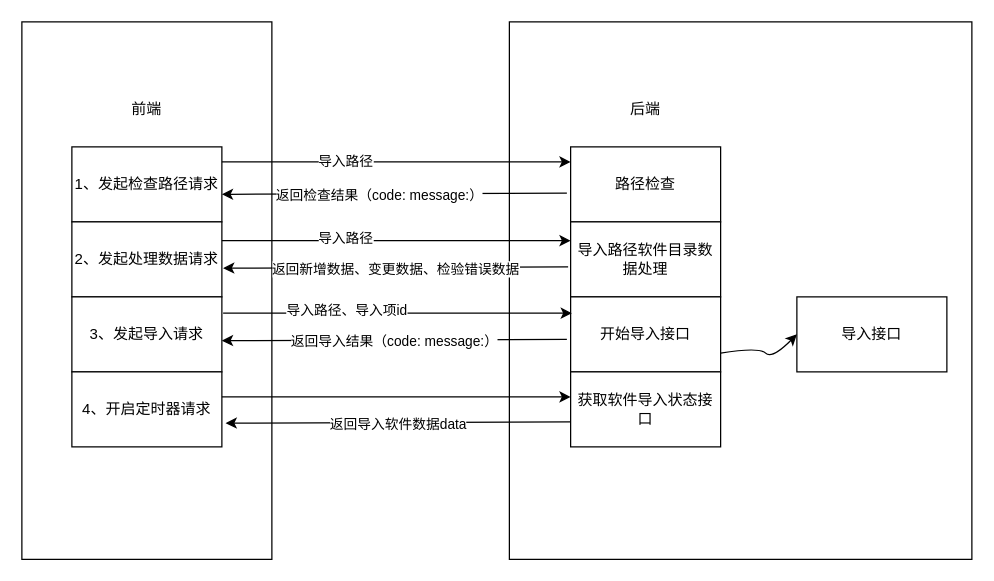
wenreshui/table keeps this draw.io diagram as page "Page-1" (1 of 2) of ipg-20692/Untitled Diagram.drawio. Above is the earlier version. Source tidied: cells renumbered, new cells numbered last; positions are measured from the earlier drawing's top-left corner, leaving out a move shared by most shapes. Both pictures are drawn from the tidied source at 125%, with x=0, y=0 at pixel (21, 21).
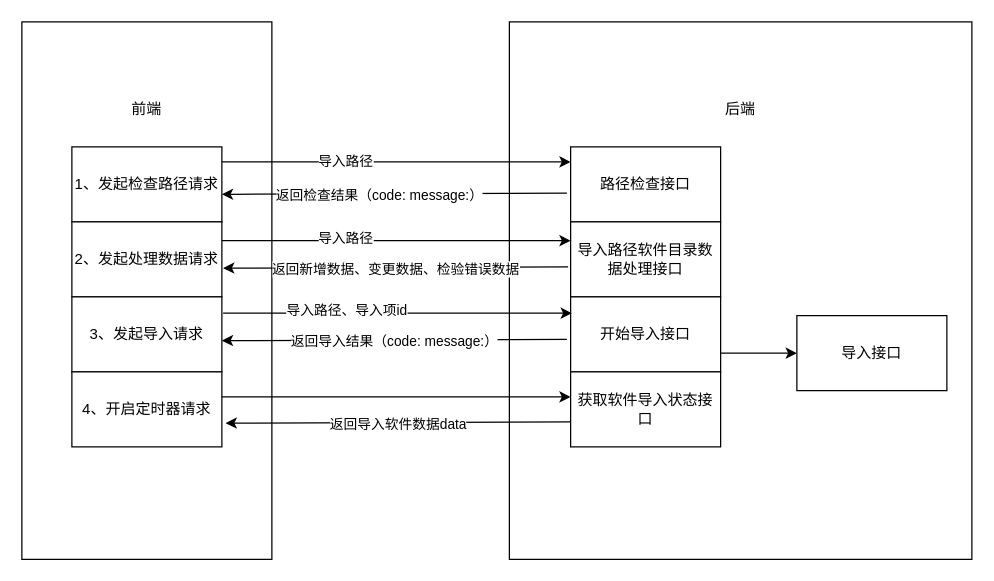
The same page after the edit.

Unchanged cells that the change refers to:
```xml
<mxCell id="11" value="&lt;div&gt;开始导入接口&lt;/div&gt;" style="rounded=0;whiteSpace=wrap;html=1;strokeColor=#000000;" parent="1" vertex="1">
  <mxGeometry x="439" y="220" width="120" height="60" as="geometry" />
</mxCell>
```

Change to the diagram source:
```diff
@@
-    <mxCell id="8" value="路径检查" style="rounded=0;whiteSpace=wrap;html=1;" parent="1" vertex="1">
+    <mxCell id="8" value="路径检查接口" style="rounded=0;whiteSpace=wrap;html=1;" parent="1" vertex="1">
       <mxGeometry x="439" y="100" width="120" height="60" as="geometry" />
     </mxCell>
     <mxCell id="9" value="后端" style="text;html=1;strokeColor=none;fillColor=none;align=center;verticalAlign=middle;whiteSpace=wrap;rounded=0;" parent="1" vertex="1">
-      <mxGeometry x="479" y="60" width="40" height="20" as="geometry" />
+      <mxGeometry x="555" y="60" width="40" height="20" as="geometry" />
     </mxCell>
-    <mxCell id="10" value="导入路径软件目录数据处理" style="rounded=0;whiteSpace=wrap;html=1;strokeColor=#000000;" parent="1" vertex="1">
+    <mxCell id="10" value="导入路径软件目录数据处理接口" style="rounded=0;whiteSpace=wrap;html=1;strokeColor=#000000;" parent="1" vertex="1">
       <mxGeometry x="439" y="160" width="120" height="60" as="geometry" />
     </mxCell>
@@
     <mxCell id="24" value="导入接口" style="rounded=0;whiteSpace=wrap;html=1;strokeColor=#000000;" parent="1" vertex="1">
-      <mxGeometry x="620" y="220" width="120" height="60" as="geometry" />
+      <mxGeometry x="620" y="235" width="120" height="60" as="geometry" />
     </mxCell>
     <mxCell id="25" style="curved=1;endArrow=classic;html=1;entryX=0;entryY=0.5;entryDx=0;entryDy=0;exitX=1;exitY=0.75;exitDx=0;exitDy=0;" parent="1" edge="1" source="11" target="24">
-      <mxGeometry relative="1" as="geometry">
-        <Array as="points">
-          <mxPoint x="590" y="260" />
-          <mxPoint x="600" y="270" />
-        </Array>
-      </mxGeometry>
+      <mxGeometry relative="1" as="geometry" />
     </mxCell>
```
